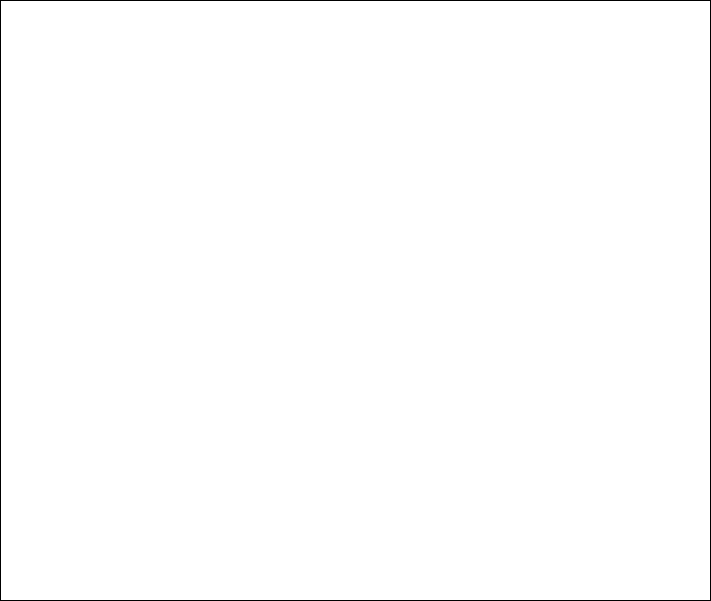
thomasabishop/eolas keeps this draw.io diagram as img/harddisk.png. Above is the earlier version. Source tidied: cells renumbered, new cells last; positions are measured from the earlier drawing's top-left corner, leaving out a move shared by most shapes. Source of this version:
```xml
<mxGraphModel>
  <root>
    <mxCell id="0" />
    <mxCell id="1" parent="0" />
    <mxCell id="2" style="rounded=0;whiteSpace=wrap;html=1;fontSize=20;" parent="1" vertex="1">
      <mxGeometry width="710" height="600" as="geometry" />
    </mxCell>
  </root>
</mxGraphModel>
```
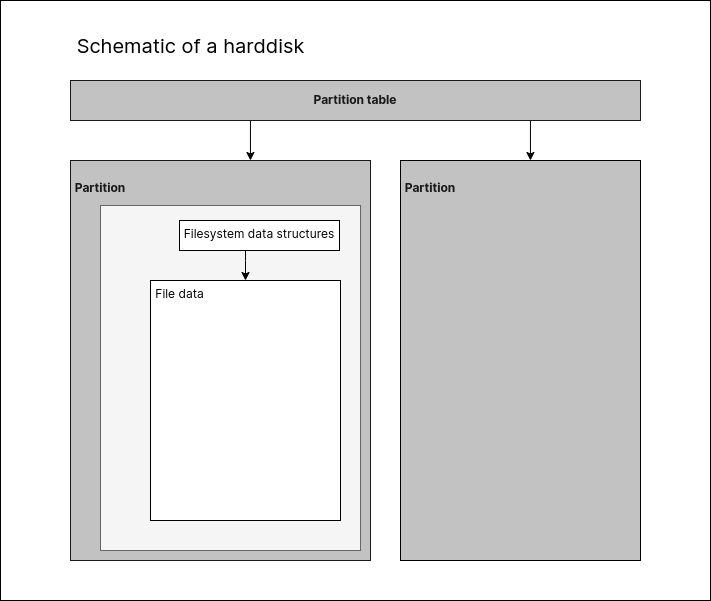
The same file after the commit.

The edit, as a diff of the source:
```diff
@@ -5,5 +5,48 @@
     <mxCell id="2" style="rounded=0;whiteSpace=wrap;html=1;fontSize=20;" parent="1" vertex="1">
       <mxGeometry width="710" height="600" as="geometry" />
     </mxCell>
+    <mxCell id="3" style="edgeStyle=orthogonalEdgeStyle;rounded=0;jettySize=auto;html=1;exitX=0.25;exitY=1;exitDx=0;exitDy=0;fontSize=20;" parent="1" edge="1" source="5" target="7">
+      <mxGeometry relative="1" as="geometry">
+        <Array as="points">
+          <mxPoint x="250" y="120" />
+        </Array>
+      </mxGeometry>
+    </mxCell>
+    <mxCell id="4" style="edgeStyle=orthogonalEdgeStyle;rounded=0;jettySize=auto;html=1;exitX=0.75;exitY=1;exitDx=0;exitDy=0;fontSize=20;" parent="1" edge="1" source="5" target="8">
+      <mxGeometry relative="1" as="geometry">
+        <Array as="points">
+          <mxPoint x="530" y="120" />
+        </Array>
+      </mxGeometry>
+    </mxCell>
+    <mxCell id="5" value="&lt;b&gt;&lt;font color=&quot;#1a1a1a&quot;&gt;Partition table&lt;/font&gt;&lt;/b&gt;" style="rounded=0;whiteSpace=wrap;html=1;fillColor=#C2C2C2;strokeColor=#1A1A1A;fontColor=#333333;" parent="1" vertex="1">
+      <mxGeometry x="70" y="80" width="570" height="40" as="geometry" />
+    </mxCell>
+    <mxCell id="6" value="Schematic of a harddisk" style="text;html=1;align=center;verticalAlign=middle;strokeColor=none;fillColor=none;fontSize=20;" parent="1" vertex="1">
+      <mxGeometry x="70" y="30" width="240" height="30" as="geometry" />
+    </mxCell>
+    <mxCell id="7" value="&lt;b style=&quot;&quot;&gt;&lt;font color=&quot;#1a1a1a&quot;&gt;&lt;span style=&quot;white-space: pre;&quot;&gt;&#9;&lt;/span&gt;&lt;br&gt;&amp;nbsp;Partition&lt;/font&gt;&lt;/b&gt;" style="rounded=0;whiteSpace=wrap;html=1;align=left;verticalAlign=top;fillColor=#C2C2C2;strokeColor=#1A1A1A;" parent="1" vertex="1">
+      <mxGeometry x="70" y="160" width="300" height="400" as="geometry" />
+    </mxCell>
+    <mxCell id="8" value="&lt;b&gt;&lt;font color=&quot;#1a1a1a&quot;&gt;&amp;nbsp;&lt;br&gt;&amp;nbsp;Partition&lt;/font&gt;&lt;/b&gt;" style="rounded=0;whiteSpace=wrap;html=1;align=left;verticalAlign=top;fillColor=#C2C2C2;" parent="1" vertex="1">
+      <mxGeometry x="400" y="160" width="240" height="400" as="geometry" />
+    </mxCell>
+    <mxCell id="9" style="rounded=0;whiteSpace=wrap;html=1;fontSize=20;fillColor=#f5f5f5;fontColor=#333333;strokeColor=#666666;" parent="1" vertex="1">
+      <mxGeometry x="100" y="205" width="260" height="345" as="geometry" />
+    </mxCell>
+    <mxCell id="10" style="edgeStyle=orthogonalEdgeStyle;rounded=0;jettySize=auto;html=1;fontSize=20;" parent="1" edge="1" source="11" target="12">
+      <mxGeometry relative="1" as="geometry">
+        <Array as="points">
+          <mxPoint x="245" y="260" />
+          <mxPoint x="245" y="260" />
+        </Array>
+      </mxGeometry>
+    </mxCell>
+    <mxCell id="11" value="Filesystem data structures" style="rounded=0;whiteSpace=wrap;html=1;align=center;verticalAlign=top;" parent="1" vertex="1">
+      <mxGeometry x="179" y="220" width="160" height="30" as="geometry" />
+    </mxCell>
+    <mxCell id="12" value="&amp;nbsp;File data" style="rounded=0;whiteSpace=wrap;html=1;align=left;verticalAlign=top;" parent="1" vertex="1">
+      <mxGeometry x="150" y="280" width="190" height="240" as="geometry" />
+    </mxCell>
   </root>
 </mxGraphModel>
```
